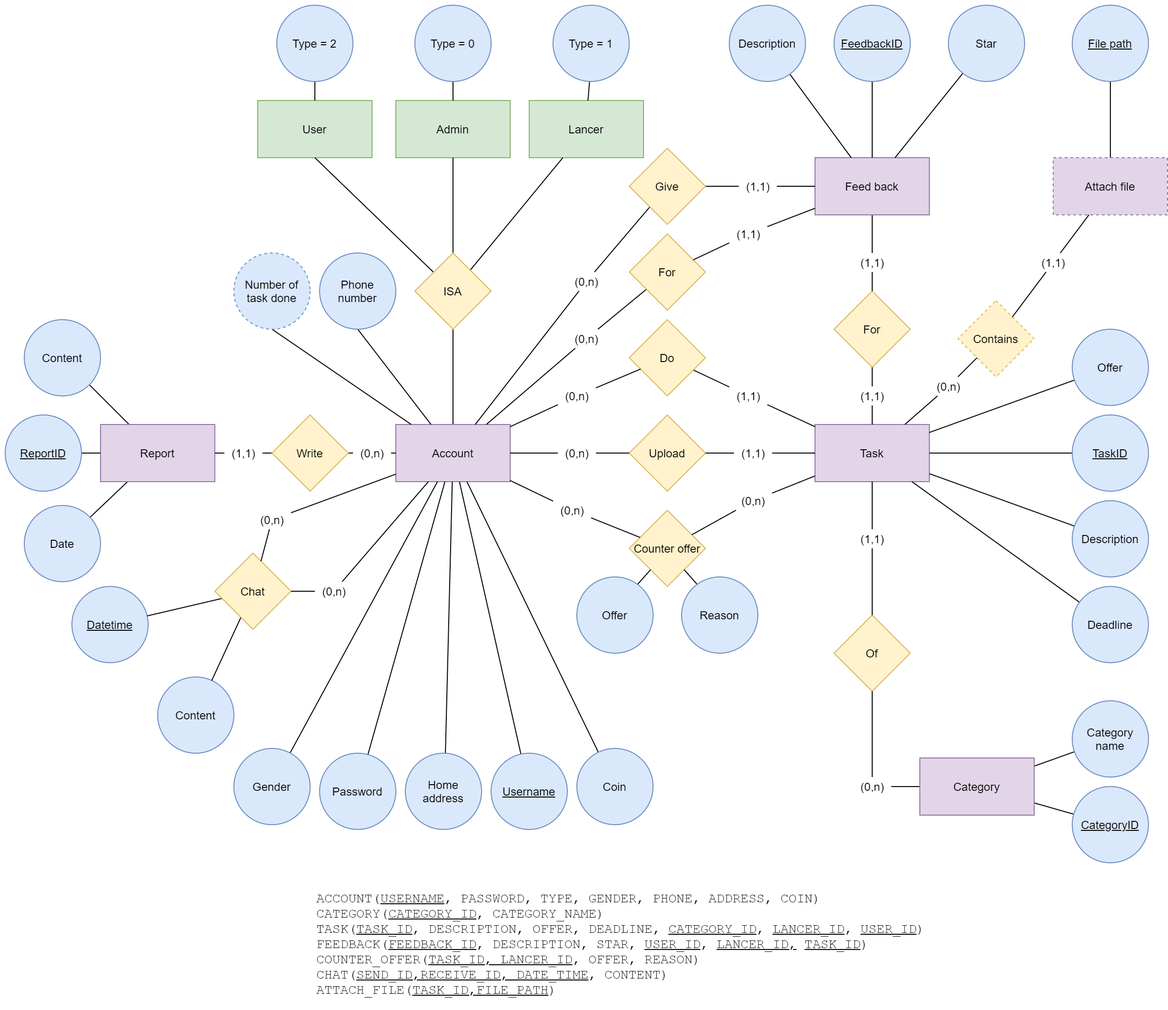
The draw.io diagram docs/analysis and design/ERD.png in phuc16102001/beekey, before a commit. Source tidied: cells renumbered, new cells last; positions are measured from the earlier drawing's top-left corner, leaving out a move shared by most shapes.
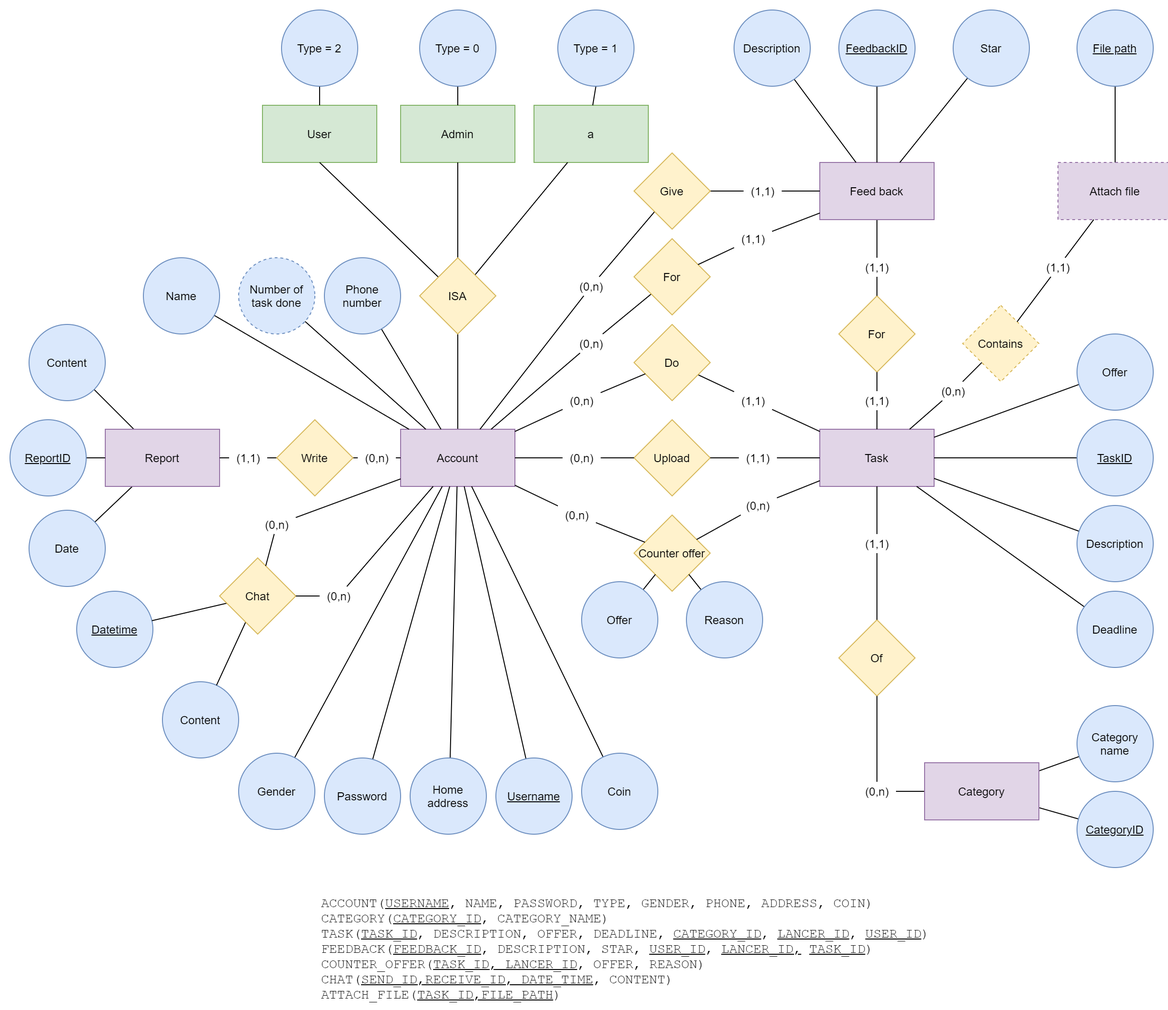
The same diagram one commit later.

Commit message:
Test get all account api

Diff of the diagram source:
```diff
@@ -2,7 +2,7 @@
   <root>
     <mxCell id="0" />
     <mxCell id="1" parent="0" />
-    <mxCell id="2" value="Lancer" style="rounded=0;whiteSpace=wrap;html=1;fillColor=#d5e8d4;strokeColor=#82b366;" parent="1" vertex="1">
+    <mxCell id="2" value="a" style="rounded=0;whiteSpace=wrap;html=1;fillColor=#d5e8d4;strokeColor=#82b366;" parent="1" vertex="1">
       <mxGeometry x="550" y="100" width="120" height="60" as="geometry" />
     </mxCell>
     <mxCell id="3" value="Admin" style="rounded=0;whiteSpace=wrap;html=1;fillColor=#d5e8d4;strokeColor=#82b366;" parent="1" vertex="1">
@@ -44,7 +44,7 @@
     <mxCell id="15" value="Username" style="ellipse;whiteSpace=wrap;html=1;fontStyle=4;fillColor=#dae8fc;strokeColor=#6c8ebf;" parent="1" vertex="1">
       <mxGeometry x="510" y="785" width="80" height="80" as="geometry" />
     </mxCell>
-    <mxCell id="16" style="edgeStyle=none;rounded=0;jettySize=auto;html=1;exitX=0.5;exitY=0;exitDx=0;exitDy=0;endArrow=none;endFill=0;" parent="1" edge="1" source="17" target="8">
+    <mxCell id="16" style="edgeStyle=none;rounded=0;jettySize=auto;html=1;endArrow=none;endFill=0;" parent="1" edge="1" source="17" target="8">
       <mxGeometry relative="1" as="geometry" />
     </mxCell>
     <mxCell id="17" value="Phone number" style="ellipse;whiteSpace=wrap;html=1;direction=west;fillColor=#dae8fc;strokeColor=#6c8ebf;" parent="1" vertex="1">
@@ -215,13 +215,13 @@
     <mxCell id="72" value="Star" style="ellipse;whiteSpace=wrap;html=1;fillColor=#dae8fc;strokeColor=#6c8ebf;" parent="1" vertex="1">
       <mxGeometry x="990" width="80" height="80" as="geometry" />
     </mxCell>
-    <mxCell id="73" style="edgeStyle=none;rounded=0;jettySize=auto;html=1;exitX=0.5;exitY=1;exitDx=0;exitDy=0;endArrow=none;endFill=0;" parent="1" edge="1" source="74" target="8">
+    <mxCell id="73" style="edgeStyle=none;rounded=0;jettySize=auto;html=1;endArrow=none;endFill=0;" parent="1" edge="1" source="74" target="8">
       <mxGeometry relative="1" as="geometry" />
     </mxCell>
     <mxCell id="74" value="Number of task done" style="ellipse;whiteSpace=wrap;html=1;fillColor=#dae8fc;strokeColor=#6c8ebf;dashed=1;" parent="1" vertex="1">
       <mxGeometry x="240" y="260" width="80" height="80" as="geometry" />
     </mxCell>
-    <mxCell id="75" value="&lt;pre style=&quot;font-size: 14px&quot;&gt;&lt;font style=&quot;font-size: 14px&quot;&gt;ACCOUNT(&lt;u&gt;USERNAME&lt;/u&gt;, PASSWORD, TYPE, GENDER, PHONE, ADDRESS, COIN)&lt;br&gt;&lt;/font&gt;&lt;font style=&quot;font-size: 14px&quot;&gt;CATEGORY(&lt;u&gt;CATEGORY_ID&lt;/u&gt;, CATEGORY_NAME)&lt;br&gt;&lt;/font&gt;&lt;font style=&quot;font-size: 14px&quot;&gt;TASK(&lt;u&gt;TASK_ID&lt;/u&gt;, DESCRIPTION, OFFER, DEADLINE, &lt;u&gt;CATEGORY_ID&lt;/u&gt;, &lt;u&gt;LANCER_ID&lt;/u&gt;, &lt;u&gt;USER_ID&lt;/u&gt;)&lt;br&gt;&lt;/font&gt;&lt;font style=&quot;font-size: 14px&quot;&gt;FEEDBACK(&lt;u&gt;FEEDBACK_ID&lt;/u&gt;, DESCRIPTION, STAR, &lt;u&gt;USER_ID&lt;/u&gt;, &lt;u&gt;LANCER_ID,&lt;/u&gt; &lt;u&gt;TASK_ID&lt;/u&gt;)&lt;br&gt;&lt;/font&gt;&lt;font style=&quot;font-size: 14px&quot;&gt;COUNTER_OFFER(&lt;u&gt;TASK_ID, LANCER_ID&lt;/u&gt;, OFFER, REASON)&lt;br&gt;&lt;/font&gt;CHAT(&lt;u&gt;SEND_ID,RECEIVE_ID, DATE_TIME&lt;/u&gt;, CONTENT)&lt;br&gt;ATTACH_FILE(&lt;u&gt;TASK_ID,FILE_PATH&lt;/u&gt;)&lt;/pre&gt;" style="text;html=1;align=left;verticalAlign=middle;" parent="1" vertex="1">
+    <mxCell id="75" value="&lt;pre style=&quot;font-size: 14px&quot;&gt;&lt;font style=&quot;font-size: 14px&quot;&gt;ACCOUNT(&lt;u&gt;USERNAME&lt;/u&gt;, NAME, PASSWORD, TYPE, GENDER, PHONE, ADDRESS, COIN)&lt;br&gt;&lt;/font&gt;&lt;font style=&quot;font-size: 14px&quot;&gt;CATEGORY(&lt;u&gt;CATEGORY_ID&lt;/u&gt;, CATEGORY_NAME)&lt;br&gt;&lt;/font&gt;&lt;font style=&quot;font-size: 14px&quot;&gt;TASK(&lt;u&gt;TASK_ID&lt;/u&gt;, DESCRIPTION, OFFER, DEADLINE, &lt;u&gt;CATEGORY_ID&lt;/u&gt;, &lt;u&gt;LANCER_ID&lt;/u&gt;, &lt;u&gt;USER_ID&lt;/u&gt;)&lt;br&gt;&lt;/font&gt;&lt;font style=&quot;font-size: 14px&quot;&gt;FEEDBACK(&lt;u&gt;FEEDBACK_ID&lt;/u&gt;, DESCRIPTION, STAR, &lt;u&gt;USER_ID&lt;/u&gt;, &lt;u&gt;LANCER_ID,&lt;/u&gt; &lt;u&gt;TASK_ID&lt;/u&gt;)&lt;br&gt;&lt;/font&gt;&lt;font style=&quot;font-size: 14px&quot;&gt;COUNTER_OFFER(&lt;u&gt;TASK_ID, LANCER_ID&lt;/u&gt;, OFFER, REASON)&lt;br&gt;&lt;/font&gt;CHAT(&lt;u&gt;SEND_ID,RECEIVE_ID, DATE_TIME&lt;/u&gt;, CONTENT)&lt;br&gt;ATTACH_FILE(&lt;u&gt;TASK_ID,FILE_PATH&lt;/u&gt;)&lt;/pre&gt;" style="text;html=1;align=left;verticalAlign=middle;" parent="1" vertex="1">
       <mxGeometry x="325" y="920" width="650" height="130" as="geometry" />
     </mxCell>
     <mxCell id="76" style="edgeStyle=none;rounded=0;jettySize=auto;html=1;endArrow=none;endFill=0;" parent="1" edge="1" source="77" target="57">
@@ -419,5 +419,11 @@
     <mxCell id="140" style="edgeStyle=none;rounded=0;jettySize=auto;html=1;endArrow=none;endFill=0;" parent="1" edge="1" source="100" target="139">
       <mxGeometry relative="1" as="geometry" />
     </mxCell>
+    <mxCell id="141" style="rounded=0;jettySize=auto;html=1;endArrow=none;endFill=0;" parent="1" edge="1" source="142" target="8">
+      <mxGeometry relative="1" as="geometry" />
+    </mxCell>
+    <mxCell id="142" value="Name" style="ellipse;whiteSpace=wrap;html=1;direction=west;fillColor=#dae8fc;strokeColor=#6c8ebf;" parent="1" vertex="1">
+      <mxGeometry x="140" y="260" width="80" height="80" as="geometry" />
+    </mxCell>
   </root>
 </mxGraphModel>
```
